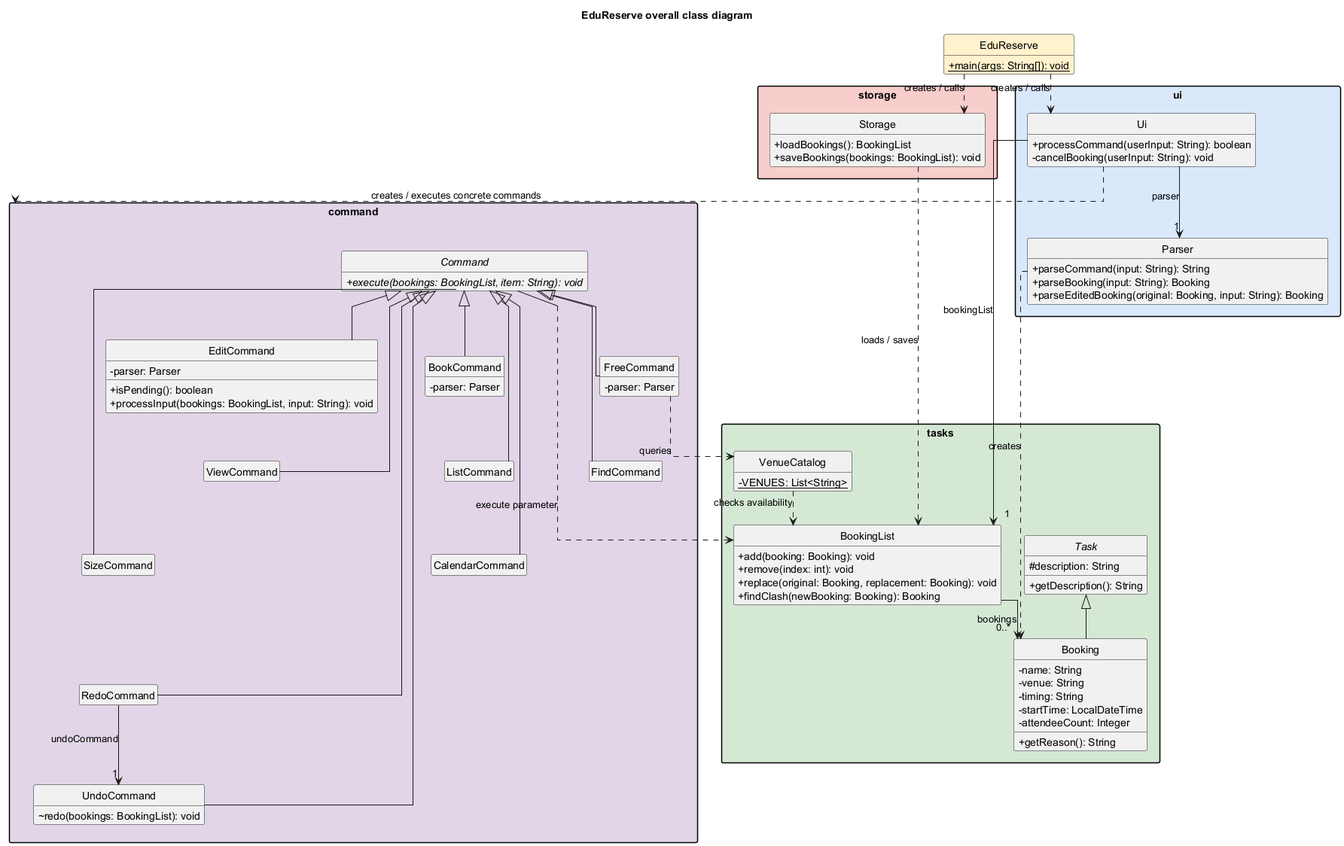
AY2627S1-CS2113-W14-2/tp keeps this PlantUML diagram as docs/UMLDiagrams/OverallClassDiagram.png. Above is the earlier version. Its diagram source:
```plantuml
@startuml OverallClassDiagram
title EduReserve overall class diagram

top to bottom direction
skinparam shadowing false
skinparam classAttributeIconSize 0
skinparam packageStyle rectangle
skinparam linetype ortho
skinparam groupInheritance 2
skinparam nodesep 30
skinparam ranksep 45
hide empty members
hide circle

class EduReserve #FFF2CC {
  {static} +main(args: String[]): void
}

package ui #DAE8FC {
  class Ui {
    +processCommand(userInput: String): boolean
    -cancelBooking(userInput: String): void
  }
  class Parser {
    +parseCommand(input: String): String
    +parseBooking(input: String): Booking
    +parseEditedBooking(original: Booking, input: String): Booking
  }
  Ui --> "1" Parser : parser
}

package storage #F8CECC {
  class Storage {
    +loadBookings(): BookingList
    +saveBookings(bookings: BookingList): void
  }
}

package tasks #D5E8D4 {
  class BookingList {
    +add(booking: Booking): void
    +remove(index: int): void
    +replace(original: Booking, replacement: Booking): void
    +findClash(newBooking: Booking): Booking
  }
  abstract class Task {
    #description: String
    +getDescription(): String
  }
  class Booking {
    -name: String
    -venue: String
    -timing: String
    -startTime: LocalDateTime
    -attendeeCount: Integer
    +getReason(): String
  }
  class VenueCatalog {
    {static} -VENUES: List<String>
  }
  BookingList --> "0..*" Booking : bookings
  Task <|-- Booking
  VenueCatalog ..> BookingList : checks availability
}

package command #E1D5E7 {
  abstract class Command {
    {abstract} +execute(bookings: BookingList, item: String): void
  }
  class BookCommand {
    -parser: Parser
  }
  class EditCommand {
    -parser: Parser
    +isPending(): boolean
    +processInput(bookings: BookingList, input: String): void
  }
  class FreeCommand {
    -parser: Parser
  }
  class ListCommand
  class ViewCommand
  class FindCommand
  class CalendarCommand
  class SizeCommand
  class UndoCommand {
    ~redo(bookings: BookingList): void
  }
  class RedoCommand

  Command <|-- BookCommand
  Command <|-- EditCommand
  Command <|-- FreeCommand
  Command <|-- ListCommand
  Command <|-- ViewCommand
  Command <|-- FindCommand
  Command <|-- CalendarCommand
  Command <|-- SizeCommand
  Command <|-- UndoCommand
  Command <|-- RedoCommand
  BookCommand -[hidden]down-> ListCommand
  ListCommand -[hidden]down-> CalendarCommand
  CalendarCommand -[hidden]down-> UndoCommand
  EditCommand -[hidden]down-> ViewCommand
  ViewCommand -[hidden]down-> SizeCommand
  SizeCommand -[hidden]down-> RedoCommand
  FreeCommand -[hidden]down-> FindCommand
  RedoCommand --> "1" UndoCommand : undoCommand
}

EduReserve ..> Ui : creates / calls
EduReserve ..> Storage : creates / calls
Ui --> "1" BookingList : bookingList
Ui ..> command : creates / executes concrete commands
Storage ..> BookingList : loads / saves
Parser ..> Booking : creates
Command ..> BookingList : execute parameter
FreeCommand ..> VenueCatalog : queries

@enduml
```
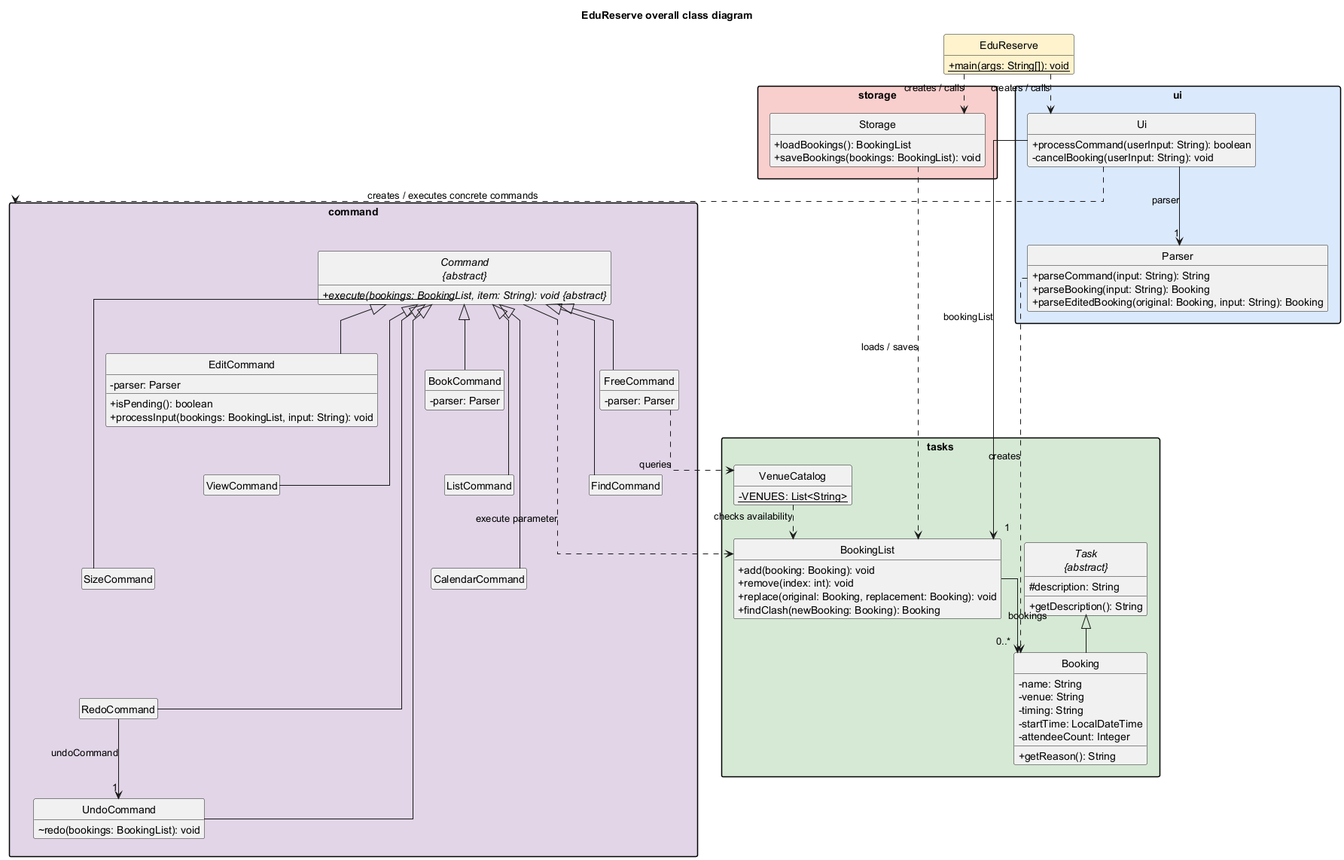
The same diagram one commit later.

Commit message:
Fixed class diagram and added functions in user guide

What changed in the source:
```diff
@@ -43,7 +43,7 @@
     +replace(original: Booking, replacement: Booking): void
     +findClash(newBooking: Booking): Booking
   }
-  abstract class Task {
+  abstract class "Task\n{abstract}" as Task {
     #description: String
     +getDescription(): String
   }
@@ -64,8 +64,8 @@
 }
 
 package command #E1D5E7 {
-  abstract class Command {
-    {abstract} +execute(bookings: BookingList, item: String): void
+  abstract class "Command\n{abstract}" as Command {
+    {abstract} +execute(bookings: BookingList, item: String): void <U+007B>abstract<U+007D>
   }
   class BookCommand {
     -parser: Parser
```
